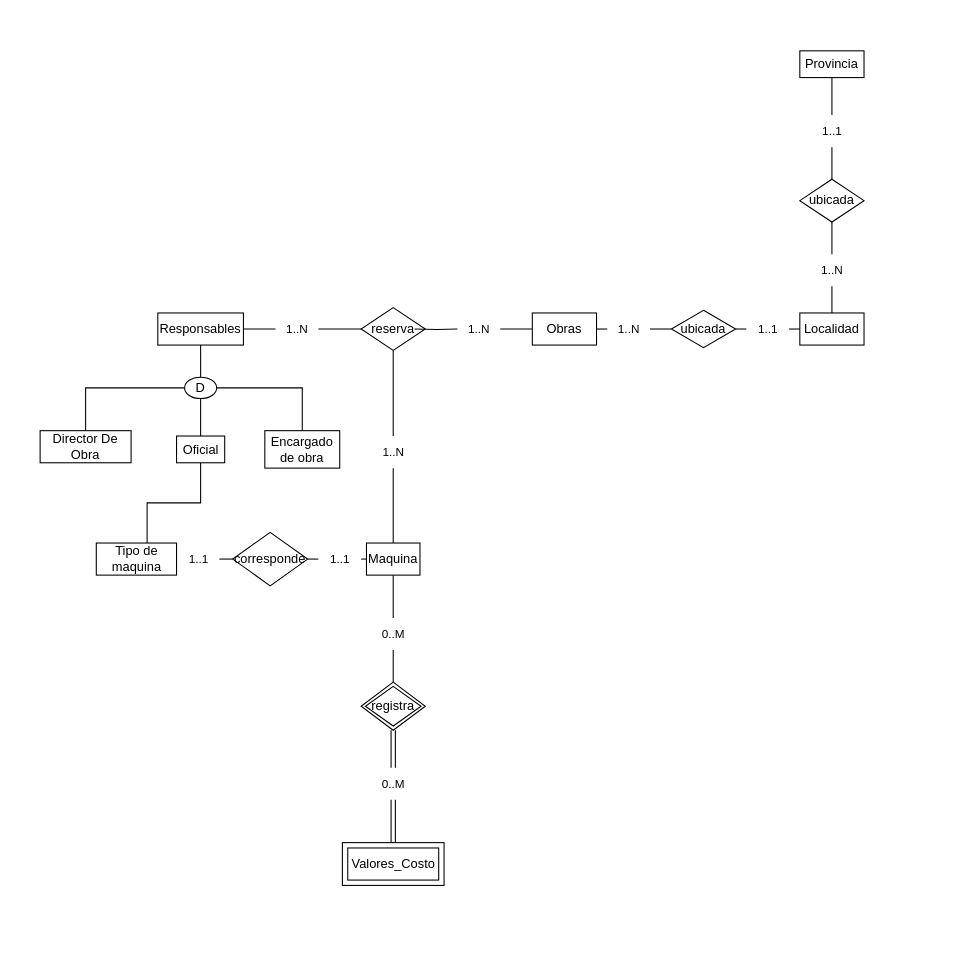
Above: reservas.drawio in santisabb/ejercicios-base_de_datos (draw.io), before the change. Source tidied: cells renumbered, new cells numbered last; positions are measured from the earlier drawing's top-left corner, leaving out a move shared by most shapes. Both pictures are drawn from the tidied source at 107%, with x=0, y=0 at pixel (40, 50).
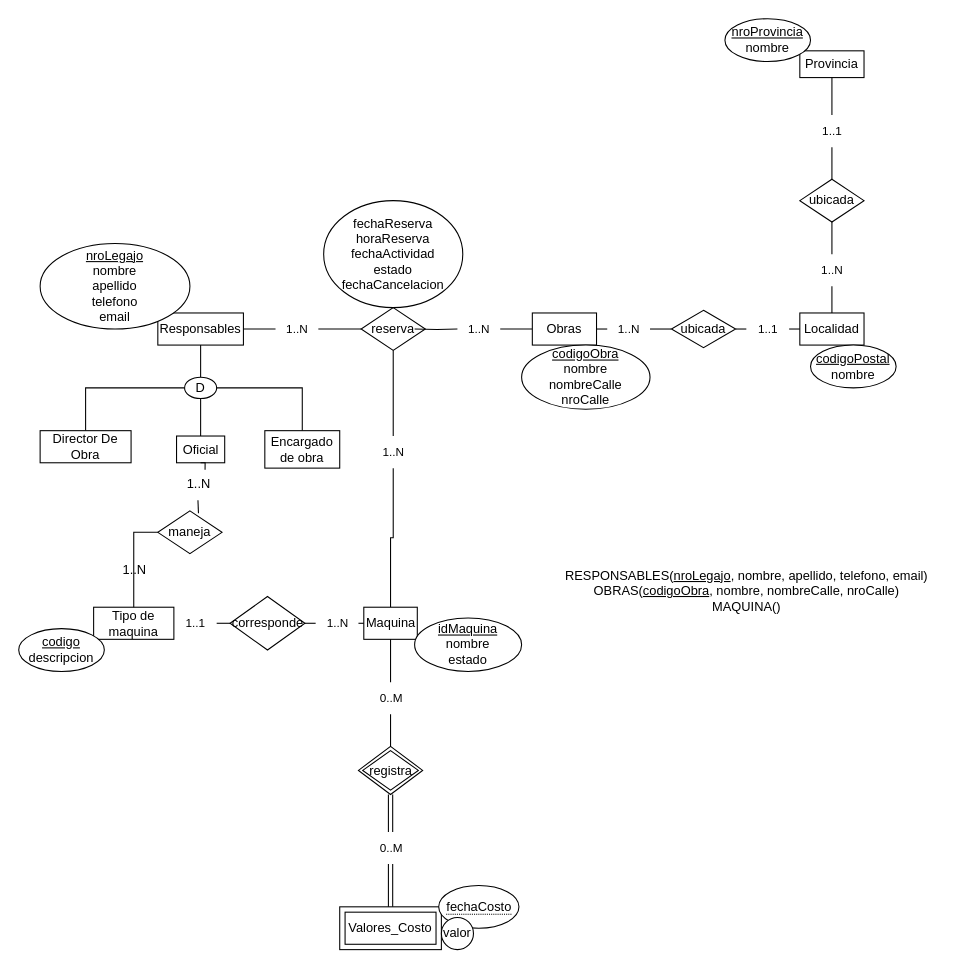
After the change.

Unchanged cells that the change refers to:
```xml
<mxCell id="12" value="Oficial" style="whiteSpace=wrap;html=1;align=center;" parent="1" vertex="1">
  <mxGeometry x="127.5" y="360" width="45" height="25" as="geometry" />
</mxCell>
```

Change to the diagram source:
```diff
@@
-    <mxCell id="11" style="edgeStyle=orthogonalEdgeStyle;rounded=0;jettySize=auto;html=1;exitX=0.5;exitY=1;exitDx=0;exitDy=0;entryX=0.633;entryY=0.053;entryDx=0;entryDy=0;entryPerimeter=0;endArrow=none;endFill=0;" parent="1" edge="1" source="12" target="26">
-      <mxGeometry relative="1" as="geometry" />
-    </mxCell>
@@
     <mxCell id="24" value="Maquina" style="whiteSpace=wrap;html=1;align=center;" parent="1" vertex="1">
-      <mxGeometry x="305" y="460" width="50" height="30" as="geometry" />
+      <mxGeometry x="302.5" y="520" width="50" height="30" as="geometry" />
     </mxCell>
@@
     <mxCell id="26" value="Tipo de maquina" style="whiteSpace=wrap;html=1;align=center;" parent="1" vertex="1">
-      <mxGeometry x="52.5" y="460" width="75" height="30" as="geometry" />
+      <mxGeometry x="50" y="520" width="75" height="30" as="geometry" />
     </mxCell>
     <mxCell id="27" value="Valores_Costo" style="shape=ext;margin=3;double=1;whiteSpace=wrap;html=1;align=center;" parent="1" vertex="1">
-      <mxGeometry x="282.5" y="740" width="95" height="40" as="geometry" />
+      <mxGeometry x="280" y="800" width="95" height="40" as="geometry" />
     </mxCell>
@@
     <mxCell id="31" value="corresponde" style="shape=rhombus;perimeter=rhombusPerimeter;whiteSpace=wrap;html=1;align=center;" parent="1" vertex="1">
-      <mxGeometry x="180" y="450" width="70" height="50" as="geometry" />
+      <mxGeometry x="177.5" y="510" width="70" height="50" as="geometry" />
     </mxCell>
     <mxCell id="32" value="registra" style="shape=rhombus;double=1;perimeter=rhombusPerimeter;whiteSpace=wrap;html=1;align=center;" parent="1" vertex="1">
-      <mxGeometry x="300" y="590" width="60" height="45" as="geometry" />
+      <mxGeometry x="297.5" y="650" width="60" height="45" as="geometry" />
     </mxCell>
@@
     <mxCell id="49" value="0..M" style="text;html=1;align=center;verticalAlign=middle;points=[];strokeColor=none;fillColor=none;fontSize=11;fontFamily=Helvetica;fontColor=default;" parent="1" vertex="1">
-      <mxGeometry x="310" y="530" width="40" height="30" as="geometry" />
+      <mxGeometry x="307.5" y="590" width="40" height="30" as="geometry" />
     </mxCell>
@@
     <mxCell id="51" value="0..M" style="text;html=1;align=center;verticalAlign=middle;points=[];strokeColor=none;fillColor=none;fontSize=11;fontFamily=Helvetica;fontColor=default;" parent="1" vertex="1">
-      <mxGeometry x="310" y="670" width="40" height="30" as="geometry" />
+      <mxGeometry x="307.5" y="730" width="40" height="30" as="geometry" />
     </mxCell>
@@
     <mxCell id="53" value="1..1" style="text;html=1;align=center;verticalAlign=middle;points=[];strokeColor=none;fillColor=none;fontSize=11;fontFamily=Helvetica;fontColor=default;" parent="1" vertex="1">
-      <mxGeometry x="127.5" y="460" width="40" height="30" as="geometry" />
+      <mxGeometry x="125" y="520" width="40" height="30" as="geometry" />
     </mxCell>
@@
-    <mxCell id="55" value="1..1" style="text;html=1;align=center;verticalAlign=middle;points=[];strokeColor=none;fillColor=none;fontSize=11;fontFamily=Helvetica;fontColor=default;" parent="1" vertex="1">
-      <mxGeometry x="260" y="460" width="40" height="30" as="geometry" />
+    <mxCell id="55" value="1..N" style="text;html=1;align=center;verticalAlign=middle;points=[];strokeColor=none;fillColor=none;fontSize=11;fontFamily=Helvetica;fontColor=default;" parent="1" vertex="1">
+      <mxGeometry x="257.5" y="520" width="40" height="30" as="geometry" />
     </mxCell>
+    <mxCell id="56" style="edgeStyle=orthogonalEdgeStyle;rounded=0;jettySize=auto;html=1;exitX=0.5;exitY=1;exitDx=0;exitDy=0;entryX=0.633;entryY=0.053;entryDx=0;entryDy=0;entryPerimeter=0;endArrow=none;endFill=0;" parent="1" edge="1" source="67" target="58">
+      <mxGeometry relative="1" as="geometry" />
+    </mxCell>
+    <mxCell id="57" style="edgeStyle=orthogonalEdgeStyle;rounded=0;jettySize=auto;html=1;exitX=0;exitY=0.5;exitDx=0;exitDy=0;endArrow=none;endFill=0;" parent="1" edge="1" source="58" target="26">
+      <mxGeometry relative="1" as="geometry" />
+    </mxCell>
+    <mxCell id="58" value="maneja" style="shape=rhombus;perimeter=rhombusPerimeter;whiteSpace=wrap;html=1;align=center;" parent="1" vertex="1">
+      <mxGeometry x="110" y="430" width="60" height="40" as="geometry" />
+    </mxCell>
+    <mxCell id="59" value="&lt;u&gt;idMaquina&lt;/u&gt;&lt;br&gt;nombre&lt;br&gt;estado" style="ellipse;whiteSpace=wrap;html=1;align=center;" parent="1" vertex="1">
+      <mxGeometry x="350" y="530" width="100" height="50" as="geometry" />
+    </mxCell>
+    <mxCell id="60" value="&lt;u&gt;codigo&lt;/u&gt;&lt;br&gt;descripcion" style="ellipse;whiteSpace=wrap;html=1;align=center;" parent="1" vertex="1">
+      <mxGeometry x="-20" y="540" width="80" height="40" as="geometry" />
+    </mxCell>
+    <mxCell id="61" value="&lt;u&gt;nroLegajo&lt;/u&gt;&lt;br&gt;nombre&lt;br&gt;apellido&lt;br&gt;telefono&lt;br&gt;email" style="ellipse;whiteSpace=wrap;html=1;align=center;" parent="1" vertex="1">
+      <mxGeometry y="180" width="140" height="80" as="geometry" />
+    </mxCell>
+    <mxCell id="62" value="&lt;u&gt;codigoObra&lt;/u&gt;&lt;br&gt;nombre&lt;br&gt;nombreCalle&lt;br&gt;nroCalle" style="ellipse;whiteSpace=wrap;html=1;align=center;" parent="1" vertex="1">
+      <mxGeometry x="450" y="275" width="120" height="60" as="geometry" />
+    </mxCell>
+    <mxCell id="63" value="&lt;u&gt;codigoPostal&lt;/u&gt;&lt;br&gt;nombre" style="ellipse;whiteSpace=wrap;html=1;align=center;" parent="1" vertex="1">
+      <mxGeometry x="720" y="275" width="80" height="40" as="geometry" />
+    </mxCell>
+    <mxCell id="64" value="&lt;u&gt;nroProvincia&lt;/u&gt;&lt;br&gt;nombre" style="ellipse;whiteSpace=wrap;html=1;align=center;" parent="1" vertex="1">
+      <mxGeometry x="640" y="-30" width="80" height="40" as="geometry" />
+    </mxCell>
+    <mxCell id="65" value="fechaReserva&lt;br&gt;horaReserva&lt;br&gt;fechaActividad&lt;br&gt;estado&lt;br&gt;fechaCancelacion" style="ellipse;whiteSpace=wrap;html=1;align=center;" parent="1" vertex="1">
+      <mxGeometry x="265" y="140" width="130" height="100" as="geometry" />
+    </mxCell>
+    <mxCell id="66" style="edgeStyle=orthogonalEdgeStyle;rounded=0;jettySize=auto;html=1;exitX=0.5;exitY=1;exitDx=0;exitDy=0;entryX=0.633;entryY=0.053;entryDx=0;entryDy=0;entryPerimeter=0;endArrow=none;endFill=0;" parent="1" edge="1" source="12" target="67">
+      <mxGeometry relative="1" as="geometry" />
+    </mxCell>
+    <mxCell id="67" value="1..N" style="text;html=1;align=center;verticalAlign=middle;points=[];strokeColor=none;fillColor=none;" parent="1" vertex="1">
+      <mxGeometry x="122.5" y="390" width="50" height="30" as="geometry" />
+    </mxCell>
+    <mxCell id="68" value="1..N" style="text;html=1;align=center;verticalAlign=middle;strokeColor=none;fillColor=none;" parent="1" vertex="1">
+      <mxGeometry x="62.5" y="470" width="50" height="30" as="geometry" />
+    </mxCell>
+    <mxCell id="69" value="&lt;span style=&quot;border-bottom: 1px dotted&quot;&gt;fechaCosto&lt;/span&gt;" style="ellipse;whiteSpace=wrap;html=1;align=center;" parent="1" vertex="1">
+      <mxGeometry x="372.5" y="780" width="75" height="40" as="geometry" />
+    </mxCell>
+    <mxCell id="70" value="valor" style="ellipse;whiteSpace=wrap;html=1;align=center;" parent="1" vertex="1">
+      <mxGeometry x="375" y="810" width="30" height="30" as="geometry" />
+    </mxCell>
+    <mxCell id="71" value="RESPONSABLES(&lt;u&gt;nroLegajo&lt;/u&gt;, nombre, apellido, telefono, email)&lt;br&gt;OBRAS(&lt;u&gt;codigoObra&lt;/u&gt;, nombre, nombreCalle, nroCalle)&lt;br&gt;MAQUINA()" style="text;html=1;align=center;verticalAlign=middle;strokeColor=none;fillColor=none;" parent="1" vertex="1">
+      <mxGeometry x="480" y="475" width="360" height="60" as="geometry" />
+    </mxCell>
```
